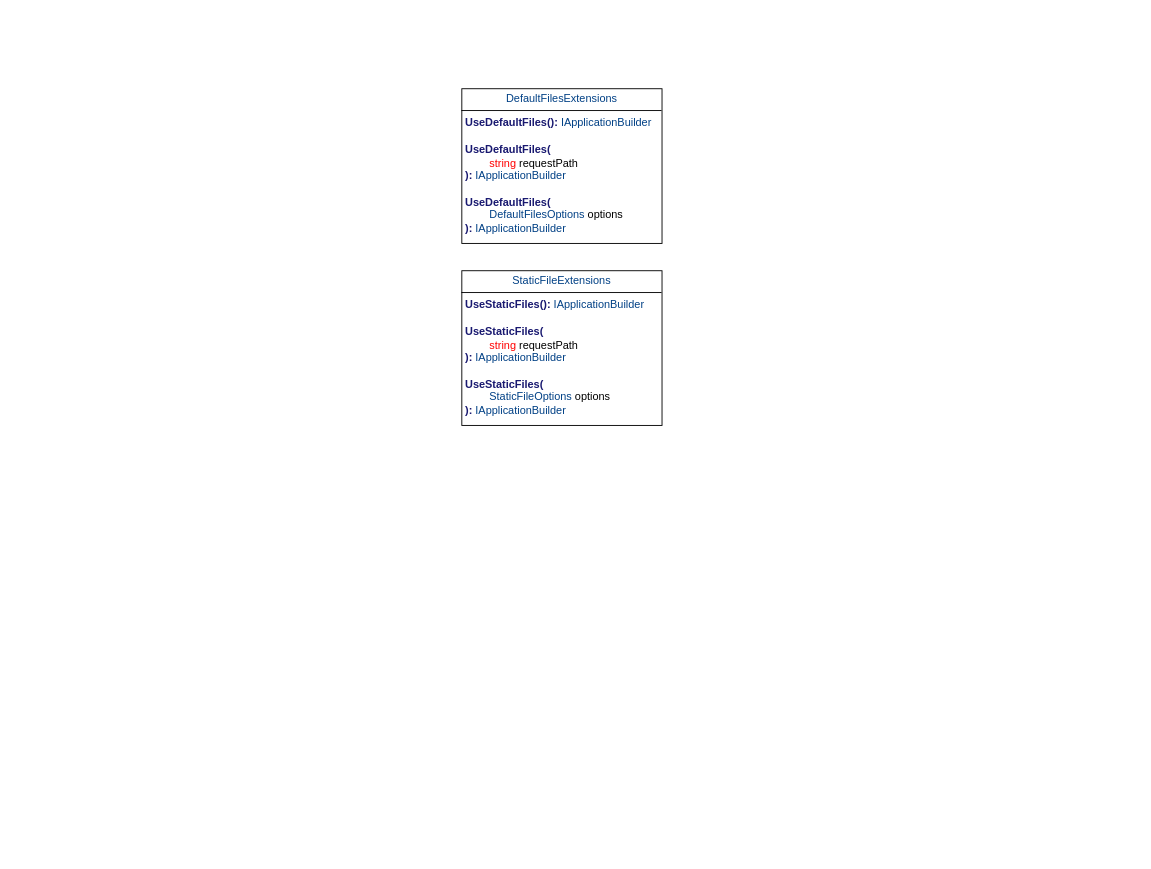
The draw.io diagram Middleware/Диаграмма без названия.drawio in KondyubaBA/AspNetCore-doc, before the edit. Source tidied: cells renumbered, new cells numbered last; positions are measured from the earlier drawing's top-left corner, leaving out a move shared by most shapes. Both pictures are drawn from the tidied source at 91%, with x=0, y=0 at pixel (461, 88).
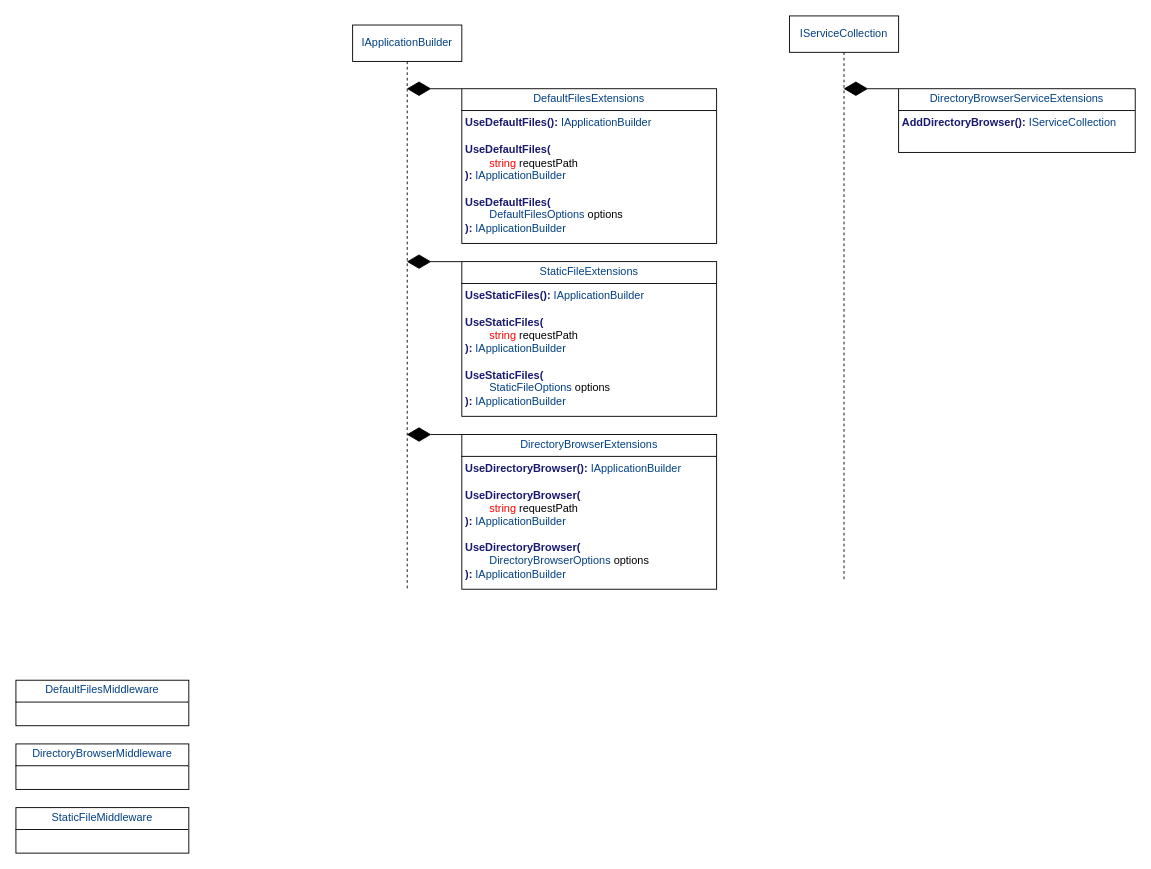
The same diagram, later.

Change to the diagram source:
```diff
@@
 <mxGraphModel>
   <root>
     <mxCell id="0" />
     <mxCell id="1" parent="0" />
     <mxCell id="2" value="&lt;p style=&quot;margin:0px;margin-top:4px;text-align:center;&quot;&gt;&lt;span style=&quot;color: rgb(0, 64, 133); background-color: transparent; text-align: left;&quot;&gt;DefaultFilesExtensions&lt;/span&gt;&lt;/p&gt;&lt;hr size=&quot;1&quot; style=&quot;border-style:solid;&quot;&gt;&lt;p style=&quot;margin:0px;margin-left:4px;&quot;&gt;&lt;span style=&quot;color: rgb(25, 25, 112); font-weight: bold;&quot;&gt;UseDefaultFiles(&lt;/span&gt;&lt;span style=&quot;background-color: transparent; color: rgb(25, 25, 112); font-weight: bold;&quot;&gt;):&amp;nbsp;&lt;/span&gt;&lt;span style=&quot;background-color: transparent; color: rgb(0, 64, 133);&quot;&gt;IApplicationBuilder&lt;/span&gt;&lt;/p&gt;&lt;p style=&quot;margin:0px;margin-left:4px;&quot;&gt;&lt;span style=&quot;background-color: transparent; color: rgb(0, 64, 133);&quot;&gt;&lt;br&gt;&lt;/span&gt;&lt;/p&gt;&lt;p style=&quot;margin:0px;margin-left:4px;&quot;&gt;&lt;span style=&quot;color: rgb(25, 25, 112); font-weight: bold;&quot;&gt;UseDefaultFiles(&lt;/span&gt;&lt;/p&gt;&lt;p style=&quot;margin:0px;margin-left:4px;&quot;&gt;&lt;span style=&quot;color: rgb(255, 0, 0);&quot;&gt;&lt;span style=&quot;white-space: pre;&quot;&gt;&#9;&lt;/span&gt;string&lt;/span&gt; requestPath&lt;span style=&quot;color: rgb(25, 25, 112); font-weight: bold;&quot;&gt;&lt;/span&gt;&lt;/p&gt;&lt;p style=&quot;margin:0px;margin-left:4px;&quot;&gt;&lt;span style=&quot;color: rgb(25, 25, 112); font-weight: bold;&quot;&gt;):&amp;nbsp;&lt;/span&gt;&lt;span style=&quot;background-color: transparent; color: rgb(0, 64, 133);&quot;&gt;&lt;/span&gt;&lt;span style=&quot;color: rgb(0, 64, 133); background-color: transparent;&quot;&gt;IApplicationBuilder&lt;/span&gt;&lt;/p&gt;&lt;p style=&quot;margin:0px;margin-left:4px;&quot;&gt;&lt;span style=&quot;color: rgb(0, 64, 133); background-color: transparent;&quot;&gt;&lt;br&gt;&lt;/span&gt;&lt;/p&gt;&lt;p style=&quot;margin:0px;margin-left:4px;&quot;&gt;&lt;span style=&quot;color: rgb(25, 25, 112); font-weight: bold;&quot;&gt;UseDefaultFiles(&lt;/span&gt;&lt;/p&gt;&lt;p style=&quot;margin:0px;margin-left:4px;&quot;&gt;&lt;span style=&quot;color: rgb(0, 64, 133);&quot;&gt;&lt;span style=&quot;white-space: pre;&quot;&gt;&#9;&lt;/span&gt;DefaultFilesOptions&lt;/span&gt; options&lt;span style=&quot;color: rgb(25, 25, 112); font-weight: bold;&quot;&gt;&lt;/span&gt;&lt;/p&gt;&lt;p style=&quot;margin:0px;margin-left:4px;&quot;&gt;&lt;span style=&quot;color: rgb(25, 25, 112); font-weight: bold;&quot;&gt;):&amp;nbsp;&lt;/span&gt;&lt;span style=&quot;color: rgb(0, 64, 133); background-color: transparent;&quot;&gt;&lt;/span&gt;&lt;span style=&quot;color: rgb(0, 64, 133); background-color: transparent;&quot;&gt;IApplicationBuilder&lt;/span&gt;&lt;/p&gt;" style="verticalAlign=top;align=left;overflow=fill;html=1;whiteSpace=wrap;" parent="1" vertex="1">
-      <mxGeometry width="220" height="170" as="geometry" />
+      <mxGeometry width="280" height="170" as="geometry" />
     </mxCell>
     <mxCell id="3" value="&lt;p style=&quot;margin:0px;margin-top:4px;text-align:center;&quot;&gt;&lt;span style=&quot;color: rgb(0, 64, 133); background-color: transparent; text-align: left;&quot;&gt;StaticFileExtensions&lt;/span&gt;&lt;/p&gt;&lt;hr size=&quot;1&quot; style=&quot;border-style:solid;&quot;&gt;&lt;p style=&quot;margin:0px;margin-left:4px;&quot;&gt;&lt;span style=&quot;color: rgb(25, 25, 112); font-weight: bold;&quot;&gt;&lt;span style=&quot;background-color: transparent;&quot;&gt;UseStaticFiles&lt;/span&gt;(&lt;/span&gt;&lt;span style=&quot;background-color: transparent; color: rgb(25, 25, 112); font-weight: bold;&quot;&gt;):&amp;nbsp;&lt;/span&gt;&lt;span style=&quot;background-color: transparent; color: rgb(0, 64, 133);&quot;&gt;IApplicationBuilder&lt;/span&gt;&lt;/p&gt;&lt;p style=&quot;margin:0px;margin-left:4px;&quot;&gt;&lt;span style=&quot;background-color: transparent; color: rgb(0, 64, 133);&quot;&gt;&lt;br&gt;&lt;/span&gt;&lt;/p&gt;&lt;p style=&quot;margin:0px;margin-left:4px;&quot;&gt;&lt;span style=&quot;color: rgb(25, 25, 112); font-weight: bold;&quot;&gt;&lt;span style=&quot;background-color: transparent;&quot;&gt;UseStaticFiles&lt;/span&gt;(&lt;/span&gt;&lt;/p&gt;&lt;p style=&quot;margin:0px;margin-left:4px;&quot;&gt;&lt;span style=&quot;color: rgb(255, 0, 0);&quot;&gt;&lt;span style=&quot;white-space: pre;&quot;&gt;&#9;&lt;/span&gt;string&lt;/span&gt; requestPath&lt;span style=&quot;color: rgb(25, 25, 112); font-weight: bold;&quot;&gt;&lt;/span&gt;&lt;/p&gt;&lt;p style=&quot;margin:0px;margin-left:4px;&quot;&gt;&lt;span style=&quot;color: rgb(25, 25, 112); font-weight: bold;&quot;&gt;):&amp;nbsp;&lt;/span&gt;&lt;span style=&quot;background-color: transparent; color: rgb(0, 64, 133);&quot;&gt;&lt;/span&gt;&lt;span style=&quot;color: rgb(0, 64, 133); background-color: transparent;&quot;&gt;IApplicationBuilder&lt;/span&gt;&lt;/p&gt;&lt;p style=&quot;margin:0px;margin-left:4px;&quot;&gt;&lt;span style=&quot;color: rgb(0, 64, 133); background-color: transparent;&quot;&gt;&lt;br&gt;&lt;/span&gt;&lt;/p&gt;&lt;p style=&quot;margin:0px;margin-left:4px;&quot;&gt;&lt;span style=&quot;color: rgb(25, 25, 112); font-weight: bold;&quot;&gt;&lt;span style=&quot;background-color: transparent;&quot;&gt;UseStaticFiles&lt;/span&gt;(&lt;/span&gt;&lt;span style=&quot;color: light-dark(rgb(0, 64, 133), rgb(142, 197, 255)); background-color: transparent; white-space: pre;&quot;&gt;&#9;&lt;/span&gt;&lt;/p&gt;&lt;p style=&quot;margin:0px;margin-left:4px;&quot;&gt;&lt;span style=&quot;color: rgb(0, 64, 133);&quot;&gt;&lt;span style=&quot;white-space: pre;&quot;&gt;&#9;&lt;/span&gt;StaticFileOptions&lt;/span&gt; options&lt;span style=&quot;color: rgb(25, 25, 112); font-weight: bold;&quot;&gt;&lt;/span&gt;&lt;/p&gt;&lt;p style=&quot;margin:0px;margin-left:4px;&quot;&gt;&lt;span style=&quot;color: rgb(25, 25, 112); font-weight: bold;&quot;&gt;):&amp;nbsp;&lt;/span&gt;&lt;span style=&quot;color: rgb(0, 64, 133); background-color: transparent;&quot;&gt;&lt;/span&gt;&lt;span style=&quot;color: rgb(0, 64, 133); background-color: transparent;&quot;&gt;IApplicationBuilder&lt;/span&gt;&lt;/p&gt;" style="verticalAlign=top;align=left;overflow=fill;html=1;whiteSpace=wrap;" parent="1" vertex="1">
-      <mxGeometry y="200" width="220" height="170" as="geometry" />
+      <mxGeometry y="190" width="280" height="170" as="geometry" />
     </mxCell>
+    <mxCell id="4" value="&lt;p style=&quot;margin:0px;margin-top:4px;text-align:center;&quot;&gt;&lt;span style=&quot;color: rgb(0, 64, 133); background-color: transparent; text-align: left;&quot;&gt;DirectoryBrowserExtensions&lt;/span&gt;&lt;/p&gt;&lt;hr size=&quot;1&quot; style=&quot;border-style:solid;&quot;&gt;&lt;p style=&quot;margin:0px;margin-left:4px;&quot;&gt;&lt;span style=&quot;color: rgb(25, 25, 112); font-weight: bold;&quot;&gt;&lt;span style=&quot;background-color: transparent;&quot;&gt;UseDirectoryBrowser&lt;/span&gt;(&lt;/span&gt;&lt;span style=&quot;background-color: transparent; color: rgb(25, 25, 112); font-weight: bold;&quot;&gt;):&amp;nbsp;&lt;/span&gt;&lt;span style=&quot;background-color: transparent; color: rgb(0, 64, 133);&quot;&gt;IApplicationBuilder&lt;/span&gt;&lt;/p&gt;&lt;p style=&quot;margin:0px;margin-left:4px;&quot;&gt;&lt;span style=&quot;background-color: transparent; color: rgb(0, 64, 133);&quot;&gt;&lt;br&gt;&lt;/span&gt;&lt;/p&gt;&lt;p style=&quot;margin:0px;margin-left:4px;&quot;&gt;&lt;span style=&quot;color: rgb(25, 25, 112); font-weight: bold;&quot;&gt;&lt;span style=&quot;background-color: transparent;&quot;&gt;UseDirectoryBrowser&lt;/span&gt;(&lt;/span&gt;&lt;/p&gt;&lt;p style=&quot;margin:0px;margin-left:4px;&quot;&gt;&lt;span style=&quot;color: rgb(255, 0, 0);&quot;&gt;&lt;span style=&quot;white-space: pre;&quot;&gt;&#9;&lt;/span&gt;string&lt;/span&gt; requestPath&lt;span style=&quot;color: rgb(25, 25, 112); font-weight: bold;&quot;&gt;&lt;/span&gt;&lt;/p&gt;&lt;p style=&quot;margin:0px;margin-left:4px;&quot;&gt;&lt;span style=&quot;color: rgb(25, 25, 112); font-weight: bold;&quot;&gt;):&amp;nbsp;&lt;/span&gt;&lt;span style=&quot;background-color: transparent; color: rgb(0, 64, 133);&quot;&gt;&lt;/span&gt;&lt;span style=&quot;color: rgb(0, 64, 133); background-color: transparent;&quot;&gt;IApplicationBuilder&lt;/span&gt;&lt;/p&gt;&lt;p style=&quot;margin:0px;margin-left:4px;&quot;&gt;&lt;span style=&quot;color: rgb(0, 64, 133); background-color: transparent;&quot;&gt;&lt;br&gt;&lt;/span&gt;&lt;/p&gt;&lt;p style=&quot;margin:0px;margin-left:4px;&quot;&gt;&lt;span style=&quot;color: rgb(25, 25, 112); font-weight: bold;&quot;&gt;&lt;span style=&quot;background-color: transparent;&quot;&gt;UseDirectoryBrowser&lt;/span&gt;(&lt;/span&gt;&lt;span style=&quot;color: light-dark(rgb(0, 64, 133), rgb(142, 197, 255)); background-color: transparent; white-space: pre;&quot;&gt;&#9;&lt;/span&gt;&lt;/p&gt;&lt;p style=&quot;margin:0px;margin-left:4px;&quot;&gt;&lt;span style=&quot;color: rgb(0, 64, 133);&quot;&gt;&lt;span style=&quot;white-space: pre;&quot;&gt;&#9;&lt;/span&gt;&lt;/span&gt;&lt;span style=&quot;color: rgb(0, 64, 133);&quot;&gt;DirectoryBrowserOptions&lt;/span&gt;&amp;nbsp;options&lt;span style=&quot;color: rgb(25, 25, 112); font-weight: bold;&quot;&gt;&lt;/span&gt;&lt;/p&gt;&lt;p style=&quot;margin:0px;margin-left:4px;&quot;&gt;&lt;span style=&quot;color: rgb(25, 25, 112); font-weight: bold;&quot;&gt;):&amp;nbsp;&lt;/span&gt;&lt;span style=&quot;color: rgb(0, 64, 133); background-color: transparent;&quot;&gt;&lt;/span&gt;&lt;span style=&quot;color: rgb(0, 64, 133); background-color: transparent;&quot;&gt;IApplicationBuilder&lt;/span&gt;&lt;/p&gt;" style="verticalAlign=top;align=left;overflow=fill;html=1;whiteSpace=wrap;" parent="1" vertex="1">
+      <mxGeometry y="380" width="280" height="170" as="geometry" />
+    </mxCell>
+    <mxCell id="5" style="endArrow=diamondThin;endFill=1;endSize=24;html=1;rounded=0;exitX=0;exitY=0;exitDx=0;exitDy=0;" parent="1" edge="1" source="2" target="11">
+      <mxGeometry relative="1" as="geometry" />
+    </mxCell>
+    <mxCell id="6" style="endArrow=diamondThin;endFill=1;endSize=24;html=1;rounded=0;exitX=0;exitY=0;exitDx=0;exitDy=0;" parent="1" edge="1" source="3" target="11">
+      <mxGeometry relative="1" as="geometry" />
+    </mxCell>
+    <mxCell id="7" style="endArrow=diamondThin;endFill=1;endSize=24;html=1;rounded=0;exitX=0;exitY=0;exitDx=0;exitDy=0;" parent="1" edge="1" source="4" target="11">
+      <mxGeometry relative="1" as="geometry" />
+    </mxCell>
+    <mxCell id="8" value="&lt;p style=&quot;margin:0px;margin-top:4px;text-align:center;&quot;&gt;&lt;span style=&quot;color: rgb(0, 64, 133); background-color: transparent; text-align: left;&quot;&gt;DefaultFilesMiddleware&lt;/span&gt;&lt;/p&gt;&lt;hr size=&quot;1&quot; style=&quot;border-style:solid;&quot;&gt;&lt;p style=&quot;margin:0px;margin-left:4px;&quot;&gt;&lt;br&gt;&lt;/p&gt;" style="verticalAlign=top;align=left;overflow=fill;html=1;whiteSpace=wrap;" parent="1" vertex="1">
+      <mxGeometry x="-490" y="650" width="190" height="50" as="geometry" />
+    </mxCell>
+    <mxCell id="9" value="&lt;p style=&quot;margin:0px;margin-top:4px;text-align:center;&quot;&gt;&lt;span style=&quot;color: rgb(0, 64, 133); background-color: transparent; text-align: left;&quot;&gt;DirectoryBrowserMiddleware&lt;/span&gt;&lt;/p&gt;&lt;hr size=&quot;1&quot; style=&quot;border-style:solid;&quot;&gt;&lt;p style=&quot;margin:0px;margin-left:4px;&quot;&gt;&lt;br&gt;&lt;/p&gt;" style="verticalAlign=top;align=left;overflow=fill;html=1;whiteSpace=wrap;" parent="1" vertex="1">
+      <mxGeometry x="-490" y="720" width="190" height="50" as="geometry" />
+    </mxCell>
+    <mxCell id="10" value="&lt;p style=&quot;margin:0px;margin-top:4px;text-align:center;&quot;&gt;&lt;span style=&quot;color: rgb(0, 64, 133); background-color: transparent; text-align: left;&quot;&gt;StaticFileMiddleware&lt;/span&gt;&lt;/p&gt;&lt;hr size=&quot;1&quot; style=&quot;border-style:solid;&quot;&gt;&lt;p style=&quot;margin:0px;margin-left:4px;&quot;&gt;&lt;br&gt;&lt;/p&gt;" style="verticalAlign=top;align=left;overflow=fill;html=1;whiteSpace=wrap;" parent="1" vertex="1">
+      <mxGeometry x="-490" y="790" width="190" height="50" as="geometry" />
+    </mxCell>
+    <mxCell id="11" value="&lt;span style=&quot;color: rgb(0, 64, 133);&quot;&gt;IApplicationBuilder&lt;/span&gt;" style="shape=umlLifeline;perimeter=lifelinePerimeter;whiteSpace=wrap;html=1;outlineConnect=0;portConstraint=eastwest;newEdgeStyle={&quot;curved&quot;:0,&quot;rounded&quot;:0};" parent="1" vertex="1">
+      <mxGeometry x="-120" y="-70" width="120" height="620" as="geometry" />
+    </mxCell>
+    <mxCell id="12" value="&lt;span style=&quot;color: rgb(0, 64, 133);&quot;&gt;IServiceCollection&lt;/span&gt;" style="shape=umlLifeline;perimeter=lifelinePerimeter;whiteSpace=wrap;html=1;outlineConnect=0;portConstraint=eastwest;newEdgeStyle={&quot;curved&quot;:0,&quot;rounded&quot;:0};" parent="1" vertex="1">
+      <mxGeometry x="360" y="-80" width="120" height="620" as="geometry" />
+    </mxCell>
+    <mxCell id="13" value="&lt;p style=&quot;margin:0px;margin-top:4px;text-align:center;&quot;&gt;&lt;span style=&quot;color: rgb(0, 64, 133); background-color: transparent; text-align: left;&quot;&gt;DirectoryBrowserServiceExtensions&lt;/span&gt;&lt;/p&gt;&lt;hr size=&quot;1&quot; style=&quot;border-style:solid;&quot;&gt;&lt;p style=&quot;margin:0px;margin-left:4px;&quot;&gt;&lt;span style=&quot;color: rgb(25, 25, 112); font-weight: bold;&quot;&gt;&lt;span style=&quot;background-color: transparent;&quot;&gt;AddDirectoryBrowser&lt;/span&gt;(&lt;/span&gt;&lt;span style=&quot;background-color: transparent; color: rgb(25, 25, 112); font-weight: bold;&quot;&gt;):&amp;nbsp;&lt;/span&gt;&lt;span style=&quot;color: rgb(0, 64, 133); background-color: transparent;&quot;&gt;IServiceCollection&lt;/span&gt;&lt;/p&gt;" style="verticalAlign=top;align=left;overflow=fill;html=1;whiteSpace=wrap;" parent="1" vertex="1">
+      <mxGeometry x="480" width="260" height="70" as="geometry" />
+    </mxCell>
+    <mxCell id="14" style="endArrow=diamondThin;endFill=1;endSize=24;html=1;rounded=0;exitX=0;exitY=0;exitDx=0;exitDy=0;" parent="1" edge="1" source="13" target="12">
+      <mxGeometry relative="1" as="geometry" />
+    </mxCell>
   </root>
 </mxGraphModel>
```
